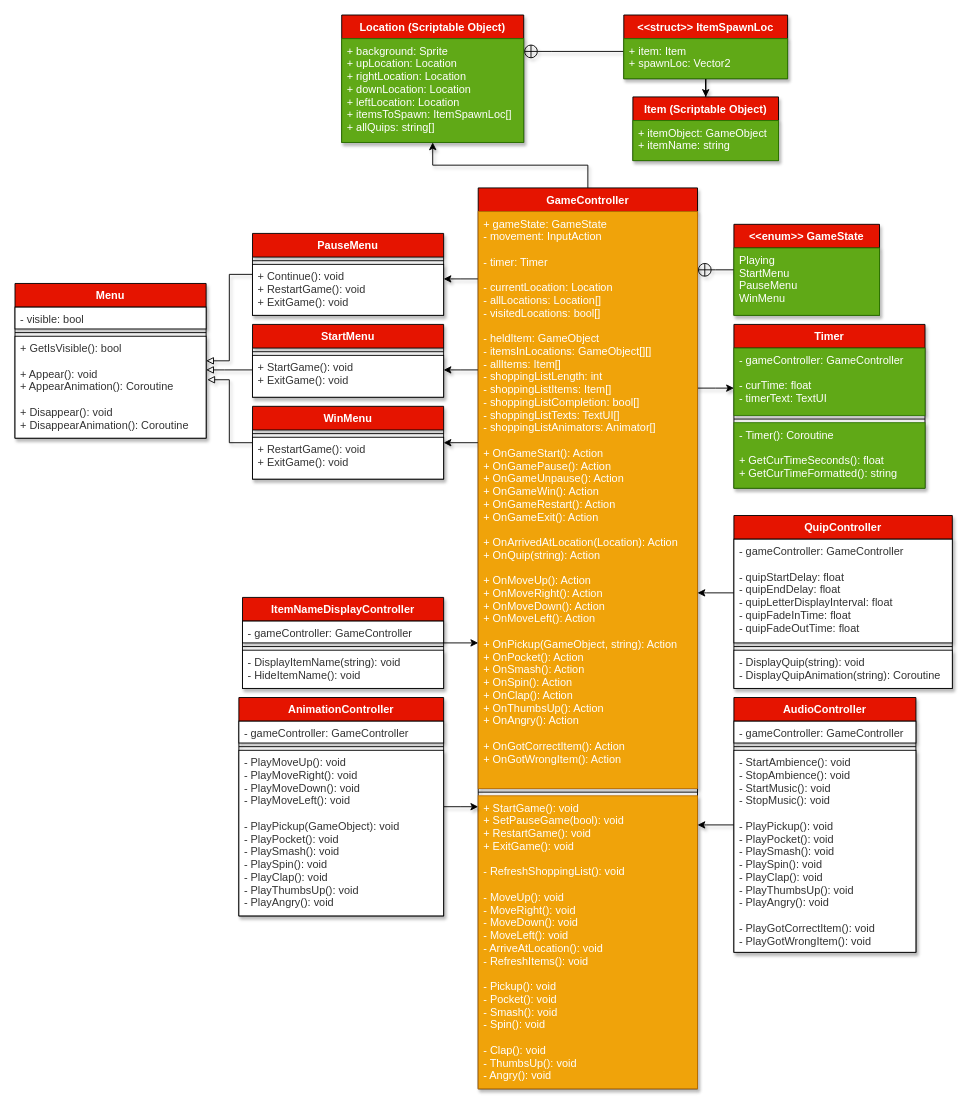
Before: Trapped in Costco UML.drawio in BagelMaster5000/Trapped-In-Costco, a draw.io diagram. Source tidied: cells renumbered, new cells numbered last; positions are measured from the earlier drawing's top-left corner, leaving out a move shared by most shapes. Both pictures are drawn from the tidied source at 91%, with x=0, y=0 at pixel (15, 15).
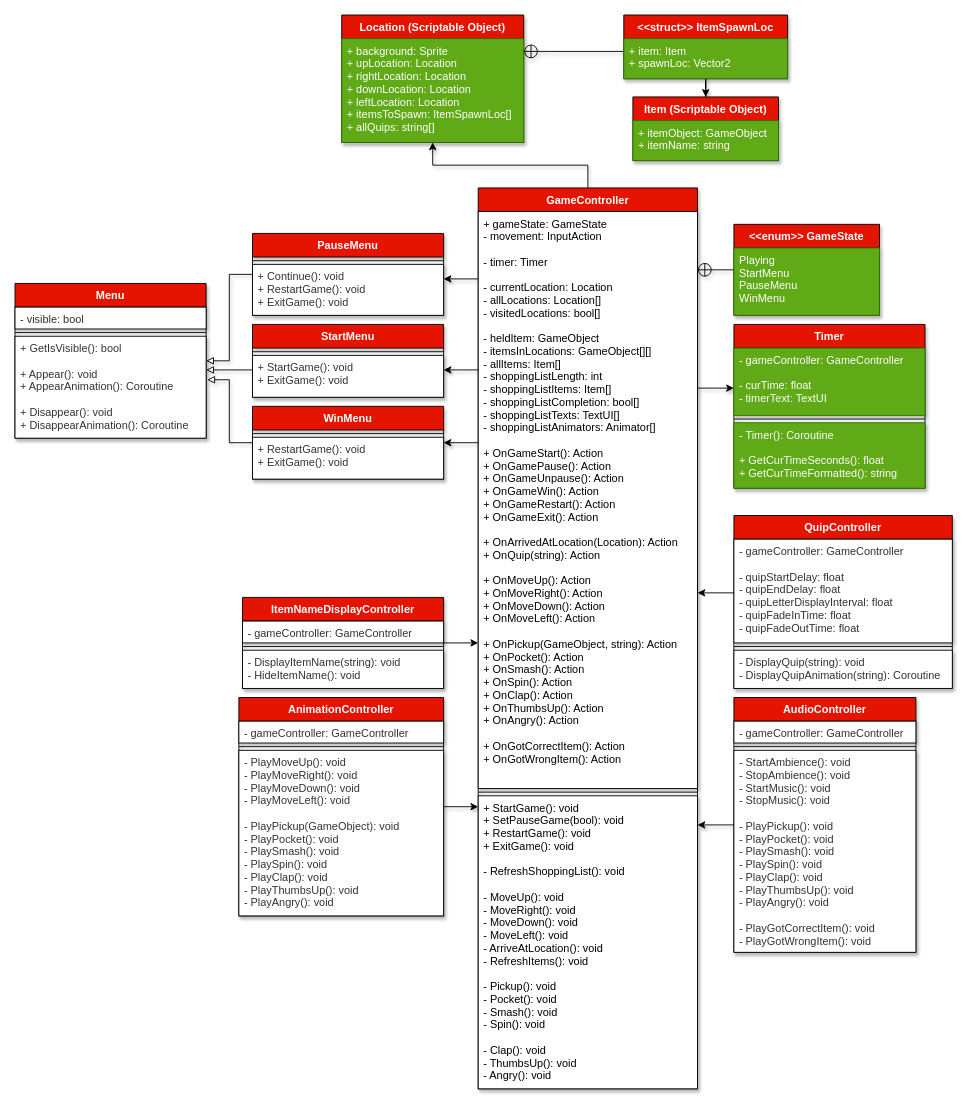
Above is the later version.

The change refers to these unchanged cells:
```xml
<mxCell id="10" value="GameController" style="swimlane;fontStyle=1;align=center;verticalAlign=top;horizontal=1;startSize=26;fillColor=#e51400;labelBackgroundColor=none;labelBorderColor=none;shadow=1;fontColor=#ffffff;" parent="1" vertex="1">
  <mxGeometry x="509" y="190" width="241" height="990" as="geometry" />
</mxCell>
```

Diff of the diagram source:
```diff
@@
-    <mxCell id="11" value="+ gameState: GameState&#10;- movement: InputAction&#10;&#10;- timer: Timer&#10;&#10;- currentLocation: Location&#10;- allLocations: Location[]&#10;- visitedLocations: bool[]&#10;&#10;- heldItem: GameObject&#10;- itemsInLocations: GameObject[][]&#10;- allItems: Item[]&#10;- shoppingListLength: int&#10;- shoppingListItems: Item[]&#10;- shoppingListCompletion: bool[]&#10;- shoppingListTexts: TextUI[]&#10;- shoppingListAnimators: Animator[]&#10;&#10;+ OnGameStart(): Action&#10;+ OnGamePause(): Action&#10;+ OnGameUnpause(): Action&#10;+ OnGameWin(): Action&#10;+ OnGameRestart(): Action&#10;+ OnGameExit(): Action&#10;&#10;+ OnArrivedAtLocation(Location): Action&#10;+ OnQuip(string): Action&#10;&#10;+ OnMoveUp(): Action&#10;+ OnMoveRight(): Action&#10;+ OnMoveDown(): Action&#10;+ OnMoveLeft(): Action&#10;&#10;+ OnPickup(GameObject, string): Action&#10;+ OnPocket(): Action&#10;+ OnSmash(): Action&#10;+ OnSpin(): Action&#10;+ OnClap(): Action&#10;+ OnThumbsUp(): Action&#10;+ OnAngry(): Action&#10;&#10;+ OnGotCorrectItem(): Action&#10;+ OnGotWrongItem(): Action&#10;" style="text;align=left;verticalAlign=top;spacingLeft=4;spacingRight=4;overflow=hidden;fillColor=#f0a30a;labelBackgroundColor=none;labelBorderColor=none;shadow=1;strokeColor=#BD7000;fontColor=#ffffff;" parent="10" vertex="1">
+    <mxCell id="11" value="+ gameState: GameState&#10;- movement: InputAction&#10;&#10;- timer: Timer&#10;&#10;- currentLocation: Location&#10;- allLocations: Location[]&#10;- visitedLocations: bool[]&#10;&#10;- heldItem: GameObject&#10;- itemsInLocations: GameObject[][]&#10;- allItems: Item[]&#10;- shoppingListLength: int&#10;- shoppingListItems: Item[]&#10;- shoppingListCompletion: bool[]&#10;- shoppingListTexts: TextUI[]&#10;- shoppingListAnimators: Animator[]&#10;&#10;+ OnGameStart(): Action&#10;+ OnGamePause(): Action&#10;+ OnGameUnpause(): Action&#10;+ OnGameWin(): Action&#10;+ OnGameRestart(): Action&#10;+ OnGameExit(): Action&#10;&#10;+ OnArrivedAtLocation(Location): Action&#10;+ OnQuip(string): Action&#10;&#10;+ OnMoveUp(): Action&#10;+ OnMoveRight(): Action&#10;+ OnMoveDown(): Action&#10;+ OnMoveLeft(): Action&#10;&#10;+ OnPickup(GameObject, string): Action&#10;+ OnPocket(): Action&#10;+ OnSmash(): Action&#10;+ OnSpin(): Action&#10;+ OnClap(): Action&#10;+ OnThumbsUp(): Action&#10;+ OnAngry(): Action&#10;&#10;+ OnGotCorrectItem(): Action&#10;+ OnGotWrongItem(): Action&#10;" style="text;align=left;verticalAlign=top;spacingLeft=4;spacingRight=4;overflow=hidden;labelBackgroundColor=none;labelBorderColor=none;shadow=1;fillColor=#FFFFFF;fontColor=#000000;strokeColor=#000000;" parent="10" vertex="1">
       <mxGeometry y="26" width="241" height="634" as="geometry" />
     </mxCell>
@@
-    <mxCell id="13" value="+ StartGame(): void&#10;+ SetPauseGame(bool): void&#10;+ RestartGame(): void&#10;+ ExitGame(): void&#10;&#10;- RefreshShoppingList(): void&#10;&#10;- MoveUp(): void&#10;- MoveRight(): void&#10;- MoveDown(): void&#10;- MoveLeft(): void&#10;- ArriveAtLocation(): void&#10;- RefreshItems(): void&#10;&#10;- Pickup(): void&#10;- Pocket(): void&#10;- Smash(): void&#10;- Spin(): void&#10;&#10;- Clap(): void&#10;- ThumbsUp(): void&#10;- Angry(): void" style="text;align=left;verticalAlign=top;spacingLeft=4;spacingRight=4;overflow=hidden;fillColor=#f0a30a;labelBackgroundColor=none;labelBorderColor=none;shadow=1;strokeColor=#BD7000;fontColor=#ffffff;" parent="10" vertex="1">
+    <mxCell id="13" value="+ StartGame(): void&#10;+ SetPauseGame(bool): void&#10;+ RestartGame(): void&#10;+ ExitGame(): void&#10;&#10;- RefreshShoppingList(): void&#10;&#10;- MoveUp(): void&#10;- MoveRight(): void&#10;- MoveDown(): void&#10;- MoveLeft(): void&#10;- ArriveAtLocation(): void&#10;- RefreshItems(): void&#10;&#10;- Pickup(): void&#10;- Pocket(): void&#10;- Smash(): void&#10;- Spin(): void&#10;&#10;- Clap(): void&#10;- ThumbsUp(): void&#10;- Angry(): void" style="text;align=left;verticalAlign=top;spacingLeft=4;spacingRight=4;overflow=hidden;labelBackgroundColor=none;labelBorderColor=none;shadow=1;fillColor=#FFFFFF;fontColor=#000000;strokeColor=#000000;" parent="10" vertex="1">
       <mxGeometry y="668" width="241" height="322" as="geometry" />
     </mxCell>
```
